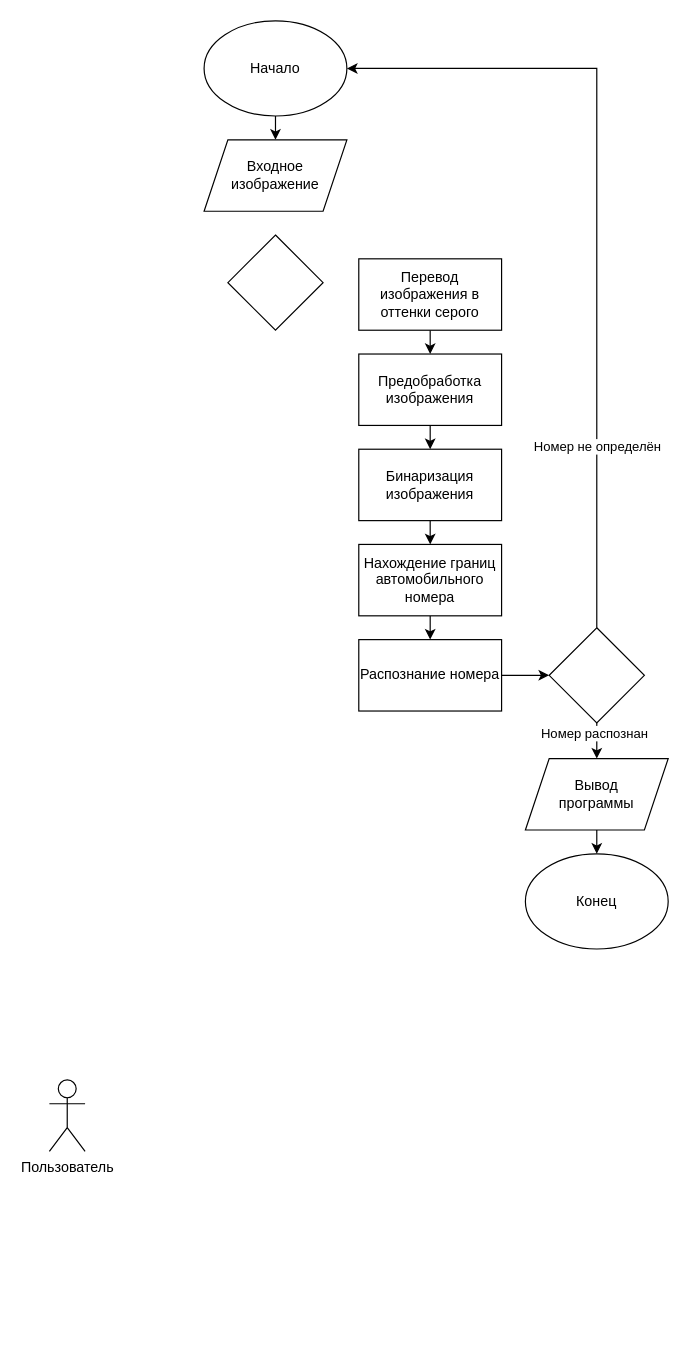
Earlier version of the draw.io diagram Диаграмма без названия.drawio (DmitryBarishnikov/JavaFirstMirea). Source tidied: cells renumbered, new cells numbered last; positions are measured from the earlier drawing's top-left corner, leaving out a move shared by most shapes. Both pictures are drawn from the tidied source at 119%, with x=0, y=0 at pixel (49, 20).
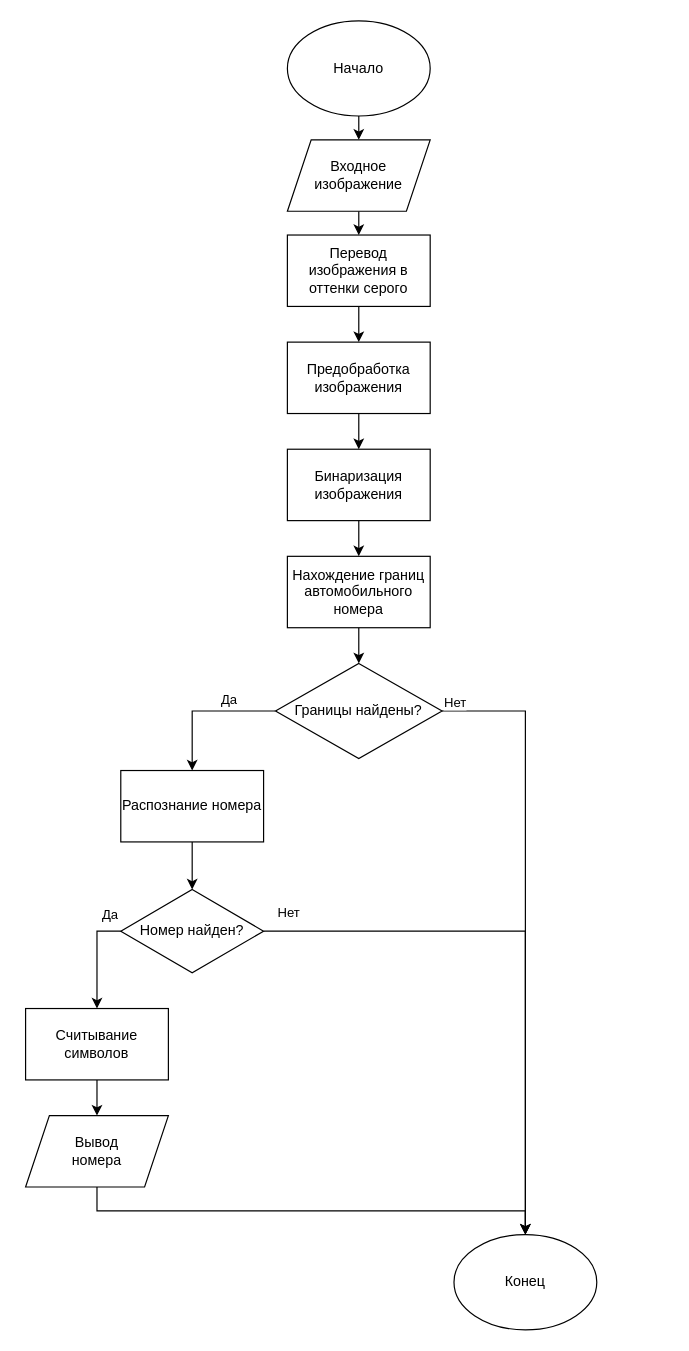
The same page after the edit.

The edit, as a diff of the source:
```diff
@@
     <mxCell id="3" value="Начало" style="ellipse;whiteSpace=wrap;html=1;" parent="1" vertex="1">
-      <mxGeometry x="130" width="120" height="80" as="geometry" />
+      <mxGeometry x="200" width="120" height="80" as="geometry" />
     </mxCell>
     <mxCell id="4" value="Конец" style="ellipse;whiteSpace=wrap;html=1;" parent="1" vertex="1">
-      <mxGeometry x="400" y="700" width="120" height="80" as="geometry" />
+      <mxGeometry x="340" y="1020" width="120" height="80" as="geometry" />
     </mxCell>
+    <mxCell id="25" style="edgeStyle=orthogonalEdgeStyle;rounded=0;jettySize=auto;html=1;exitX=0.5;exitY=1;exitDx=0;exitDy=0;entryX=0.5;entryY=0;entryDx=0;entryDy=0;" parent="1" edge="1" source="5" target="7">
+      <mxGeometry relative="1" as="geometry" />
+    </mxCell>
     <mxCell id="5" value="Входное изображение" style="shape=parallelogram;perimeter=parallelogramPerimeter;whiteSpace=wrap;html=1;fixedSize=1;" parent="1" vertex="1">
-      <mxGeometry x="130" y="100" width="120" height="60" as="geometry" />
+      <mxGeometry x="200" y="100" width="120" height="60" as="geometry" />
     </mxCell>
@@
     <mxCell id="7" value="Перевод изображения в оттенки серого" style="rounded=0;whiteSpace=wrap;html=1;" parent="1" vertex="1">
-      <mxGeometry x="260" y="200" width="120" height="60" as="geometry" />
+      <mxGeometry x="200" y="180" width="120" height="60" as="geometry" />
     </mxCell>
+    <mxCell id="26" style="edgeStyle=orthogonalEdgeStyle;rounded=0;jettySize=auto;html=1;exitX=0;exitY=0.5;exitDx=0;exitDy=0;entryX=0.5;entryY=0;entryDx=0;entryDy=0;" parent="1" edge="1" source="8" target="16">
+      <mxGeometry relative="1" as="geometry" />
+    </mxCell>
+    <mxCell id="27" value="Да" style="edgeLabel;html=1;align=center;verticalAlign=middle;" parent="26" vertex="1">
+      <mxGeometry x="0.05" y="-3" relative="1" as="geometry">
+        <mxPoint x="23" y="-7" as="offset" />
+      </mxGeometry>
+    </mxCell>
+    <mxCell id="28" style="edgeStyle=orthogonalEdgeStyle;rounded=0;jettySize=auto;html=1;exitX=1;exitY=0.5;exitDx=0;exitDy=0;entryX=0.5;entryY=0;entryDx=0;entryDy=0;" parent="1" edge="1" source="8" target="4">
+      <mxGeometry relative="1" as="geometry" />
+    </mxCell>
+    <mxCell id="29" value="Нет" style="edgeLabel;html=1;align=center;verticalAlign=middle;" parent="28" vertex="1">
+      <mxGeometry x="-0.35" y="-2" relative="1" as="geometry">
+        <mxPoint x="-58" y="-104" as="offset" />
+      </mxGeometry>
+    </mxCell>
-    <mxCell id="8" style="rhombus;whiteSpace=wrap;html=1;" parent="1" vertex="1">
-      <mxGeometry x="150" y="180" width="80" height="80" as="geometry" />
+    <mxCell id="8" value="Границы найдены?" style="rhombus;whiteSpace=wrap;html=1;" parent="1" vertex="1">
+      <mxGeometry x="190" y="540" width="140" height="80" as="geometry" />
     </mxCell>
@@
     <mxCell id="10" value="Предобработка изображения" style="rounded=0;whiteSpace=wrap;html=1;" parent="1" vertex="1">
-      <mxGeometry x="260" y="280" width="120" height="60" as="geometry" />
+      <mxGeometry x="200" y="270" width="120" height="60" as="geometry" />
     </mxCell>
@@
     <mxCell id="12" value="Бинаризация изображения" style="rounded=0;whiteSpace=wrap;html=1;" parent="1" vertex="1">
-      <mxGeometry x="260" y="360" width="120" height="60" as="geometry" />
+      <mxGeometry x="200" y="360" width="120" height="60" as="geometry" />
     </mxCell>
-    <mxCell id="13" style="edgeStyle=orthogonalEdgeStyle;rounded=0;jettySize=auto;html=1;exitX=0.5;exitY=1;exitDx=0;exitDy=0;entryX=0.5;entryY=0;entryDx=0;entryDy=0;" parent="1" edge="1" source="14" target="16">
-      <mxGeometry relative="1" as="geometry" />
-    </mxCell>
+    <mxCell id="30" style="edgeStyle=orthogonalEdgeStyle;rounded=0;jettySize=auto;html=1;exitX=0.5;exitY=1;exitDx=0;exitDy=0;entryX=0.5;entryY=0;entryDx=0;entryDy=0;" parent="1" edge="1" source="14" target="8">
+      <mxGeometry relative="1" as="geometry" />
+    </mxCell>
     <mxCell id="14" value="Нахождение границ автомобильного номера" style="rounded=0;whiteSpace=wrap;html=1;" parent="1" vertex="1">
-      <mxGeometry x="260" y="440" width="120" height="60" as="geometry" />
+      <mxGeometry x="200" y="450" width="120" height="60" as="geometry" />
     </mxCell>
-    <mxCell id="15" style="edgeStyle=orthogonalEdgeStyle;rounded=0;jettySize=auto;html=1;exitX=1;exitY=0.5;exitDx=0;exitDy=0;entryX=0;entryY=0.5;entryDx=0;entryDy=0;" parent="1" edge="1" source="16" target="23">
-      <mxGeometry relative="1" as="geometry" />
-    </mxCell>
+    <mxCell id="31" style="edgeStyle=orthogonalEdgeStyle;rounded=0;jettySize=auto;html=1;exitX=0.5;exitY=1;exitDx=0;exitDy=0;entryX=0.5;entryY=0;entryDx=0;entryDy=0;" parent="1" edge="1" source="16" target="36">
+      <mxGeometry relative="1" as="geometry" />
+    </mxCell>
     <mxCell id="16" value="Распознание номера" style="rounded=0;whiteSpace=wrap;html=1;" parent="1" vertex="1">
-      <mxGeometry x="260" y="520" width="120" height="60" as="geometry" />
+      <mxGeometry x="60" y="630" width="120" height="60" as="geometry" />
     </mxCell>
@@
-    <mxCell id="18" value="Вывод &lt;br&gt;программы" style="shape=parallelogram;perimeter=parallelogramPerimeter;whiteSpace=wrap;html=1;fixedSize=1;" parent="1" vertex="1">
-      <mxGeometry x="400" y="620" width="120" height="60" as="geometry" />
+    <mxCell id="18" value="Вывод &lt;br&gt;номера" style="shape=parallelogram;perimeter=parallelogramPerimeter;whiteSpace=wrap;html=1;fixedSize=1;" parent="1" vertex="1">
+      <mxGeometry x="-20" y="920" width="120" height="60" as="geometry" />
     </mxCell>
-    <mxCell id="19" style="edgeStyle=orthogonalEdgeStyle;rounded=0;jettySize=auto;html=1;exitX=0.5;exitY=0;exitDx=0;exitDy=0;entryX=1;entryY=0.5;entryDx=0;entryDy=0;" parent="1" edge="1" source="23" target="3">
-      <mxGeometry relative="1" as="geometry" />
-    </mxCell>
-    <mxCell id="20" value="Номер не определён&amp;nbsp;" style="edgeLabel;html=1;align=center;verticalAlign=middle;" parent="19" vertex="1">
-      <mxGeometry x="-0.55" y="-1" relative="1" as="geometry" />
-    </mxCell>
-    <mxCell id="21" style="edgeStyle=orthogonalEdgeStyle;rounded=0;jettySize=auto;html=1;exitX=0.5;exitY=1;exitDx=0;exitDy=0;entryX=0.5;entryY=0;entryDx=0;entryDy=0;" parent="1" edge="1" source="23" target="18">
-      <mxGeometry relative="1" as="geometry" />
-    </mxCell>
-    <mxCell id="22" value="Номер распознан" style="edgeLabel;html=1;align=center;verticalAlign=middle;" parent="21" vertex="1">
-      <mxGeometry x="-0.54" y="-3" relative="1" as="geometry">
-        <mxPoint y="1" as="offset" />
-      </mxGeometry>
-    </mxCell>
-    <mxCell id="23" style="rhombus;whiteSpace=wrap;html=1;" parent="1" vertex="1">
-      <mxGeometry x="420" y="510" width="80" height="80" as="geometry" />
-    </mxCell>
-    <mxCell id="24" value="Пользователь" style="shape=umlActor;verticalLabelPosition=bottom;verticalAlign=top;html=1;" parent="1" vertex="1">
-      <mxGeometry y="890" width="30" height="60" as="geometry" />
-    </mxCell>
+    <mxCell id="32" style="edgeStyle=orthogonalEdgeStyle;rounded=0;jettySize=auto;html=1;exitX=0;exitY=0.5;exitDx=0;exitDy=0;entryX=0.5;entryY=0;entryDx=0;entryDy=0;" parent="1" edge="1" source="36">
+      <mxGeometry relative="1" as="geometry">
+        <mxPoint x="40" y="830" as="targetPoint" />
+        <Array as="points">
+          <mxPoint x="40" y="765" />
+        </Array>
+      </mxGeometry>
+    </mxCell>
+    <mxCell id="33" value="Да" style="edgeLabel;html=1;align=center;verticalAlign=middle;" parent="32" vertex="1">
+      <mxGeometry x="-0.32" y="-2" relative="1" as="geometry">
+        <mxPoint x="12" y="-24" as="offset" />
+      </mxGeometry>
+    </mxCell>
+    <mxCell id="34" style="edgeStyle=orthogonalEdgeStyle;rounded=0;jettySize=auto;html=1;exitX=1;exitY=0.5;exitDx=0;exitDy=0;entryX=0.5;entryY=0;entryDx=0;entryDy=0;" parent="1" edge="1" source="36" target="4">
+      <mxGeometry relative="1" as="geometry" />
+    </mxCell>
+    <mxCell id="35" value="Нет" style="edgeLabel;html=1;align=center;verticalAlign=middle;" parent="34" vertex="1">
+      <mxGeometry x="0.23" y="-3" relative="1" as="geometry">
+        <mxPoint x="-197" y="-88" as="offset" />
+      </mxGeometry>
+    </mxCell>
+    <mxCell id="36" value="Номер найден?" style="rhombus;whiteSpace=wrap;html=1;" parent="1" vertex="1">
+      <mxGeometry x="60" y="730" width="120" height="70" as="geometry" />
+    </mxCell>
+    <mxCell id="37" style="edgeStyle=orthogonalEdgeStyle;rounded=0;jettySize=auto;html=1;exitX=0.5;exitY=1;exitDx=0;exitDy=0;entryX=0.5;entryY=0;entryDx=0;entryDy=0;" parent="1" edge="1" source="38" target="18">
+      <mxGeometry relative="1" as="geometry" />
+    </mxCell>
+    <mxCell id="38" value="Считывание символов" style="rounded=0;whiteSpace=wrap;html=1;" parent="1" vertex="1">
+      <mxGeometry x="-20" y="830" width="120" height="60" as="geometry" />
+    </mxCell>
```
